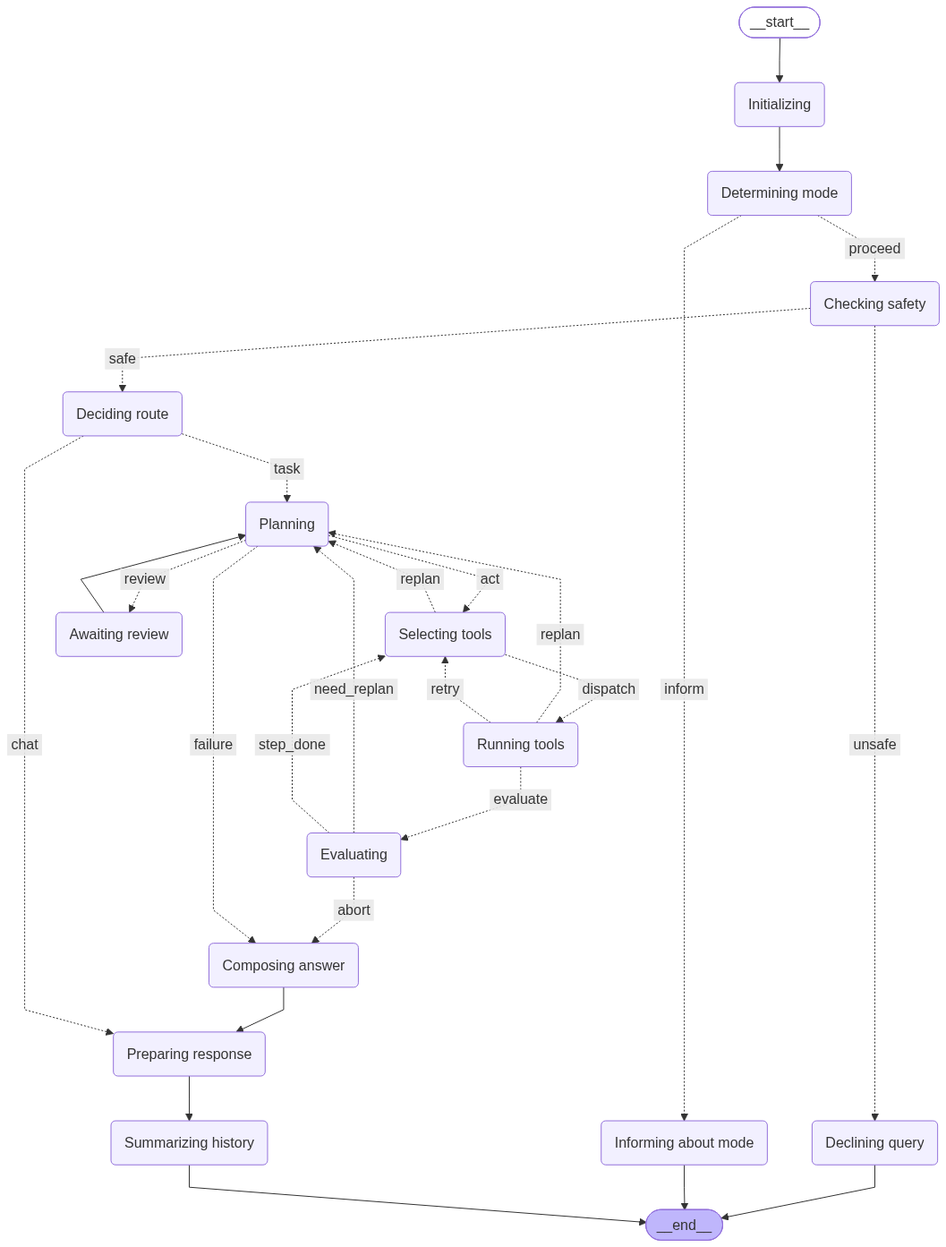
This is agent_pkg/example-configs/klea-agent-lang-graph.png from NeuroML/klea, a Mermaid export, as it was before one commit. Its source is kept beside it as agent_pkg/example-configs/klea-agent-lang-graph.mmd.
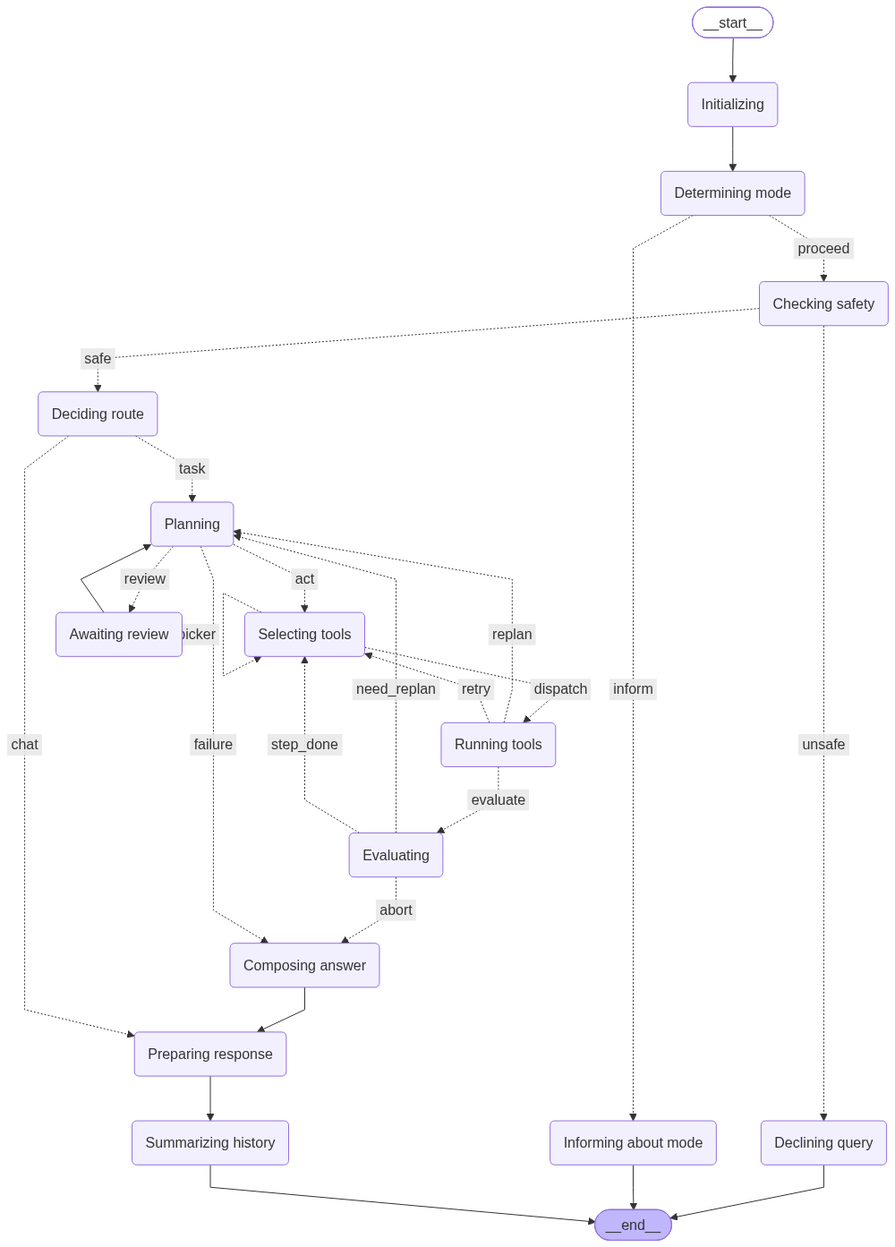
The same file after the commit.

The edit, as a diff of the source:
```diff
@@ -39,12 +39,12 @@
 	Running\20tools -. &nbsp;evaluate&nbsp; .-> Evaluating;
 	Running\20tools -. &nbsp;replan&nbsp; .-> Planning;
 	Running\20tools -. &nbsp;retry&nbsp; .-> Selecting\20tools;
-	Selecting\20tools -. &nbsp;replan&nbsp; .-> Planning;
 	Selecting\20tools -. &nbsp;dispatch&nbsp; .-> Running\20tools;
 	__start__ --> Initializing;
 	Declining\20query --> __end__;
 	Informing\20about\20mode --> __end__;
 	Summarizing\20history --> __end__;
+	Selecting\20tools -. &nbsp;retry_picker&nbsp; .-> Selecting\20tools;
 	classDef default fill:#f2f0ff,line-height:1.2
 	classDef first fill-opacity:0
 	classDef last fill:#bfb6fc
```
